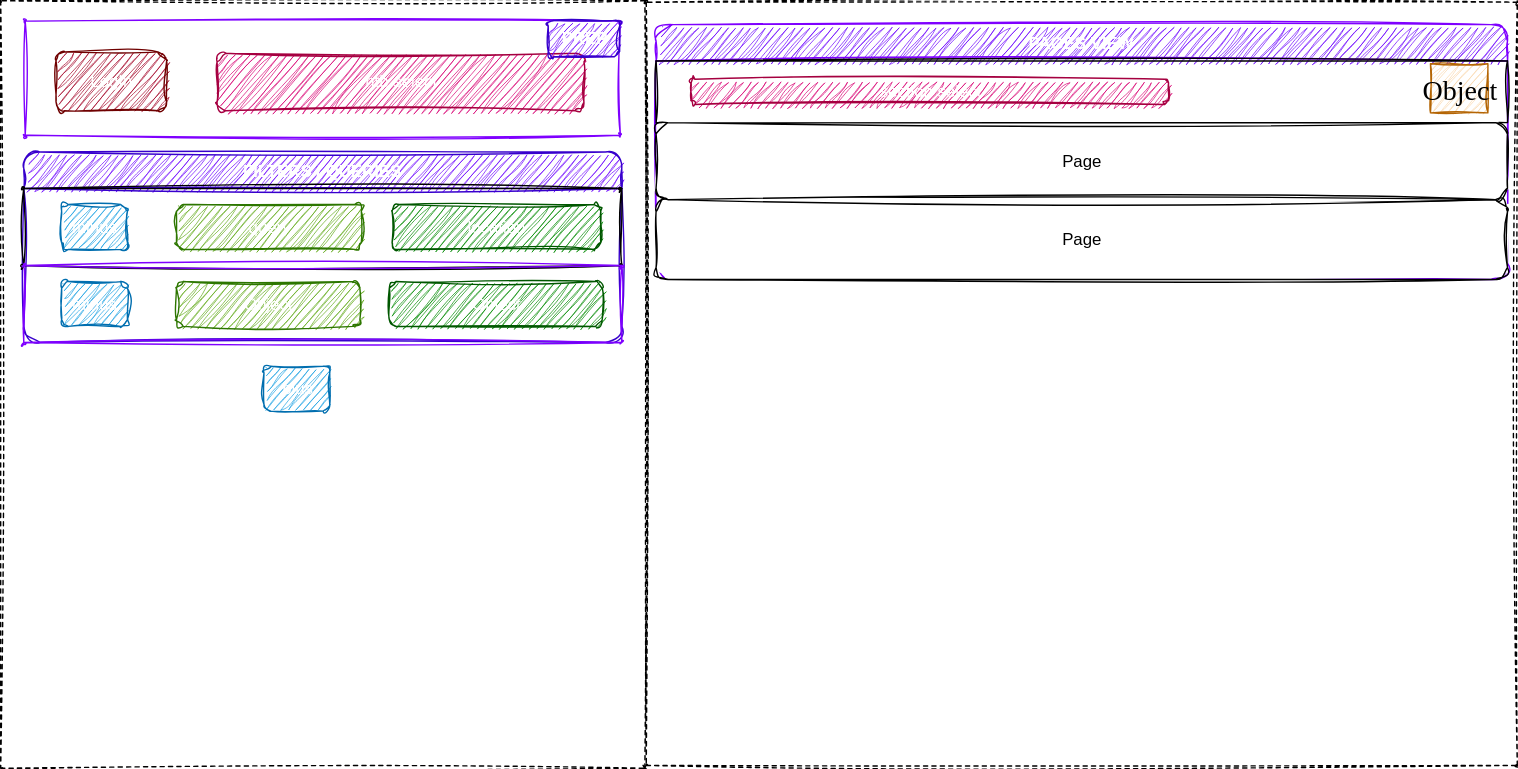
The draw.io diagram src/resources/wireframes.drawio.svg in simik394/1note-organizer, before a commit. Source tidied: cells renumbered, new cells last; positions are measured from the earlier drawing's top-left corner, leaving out a move shared by most shapes.
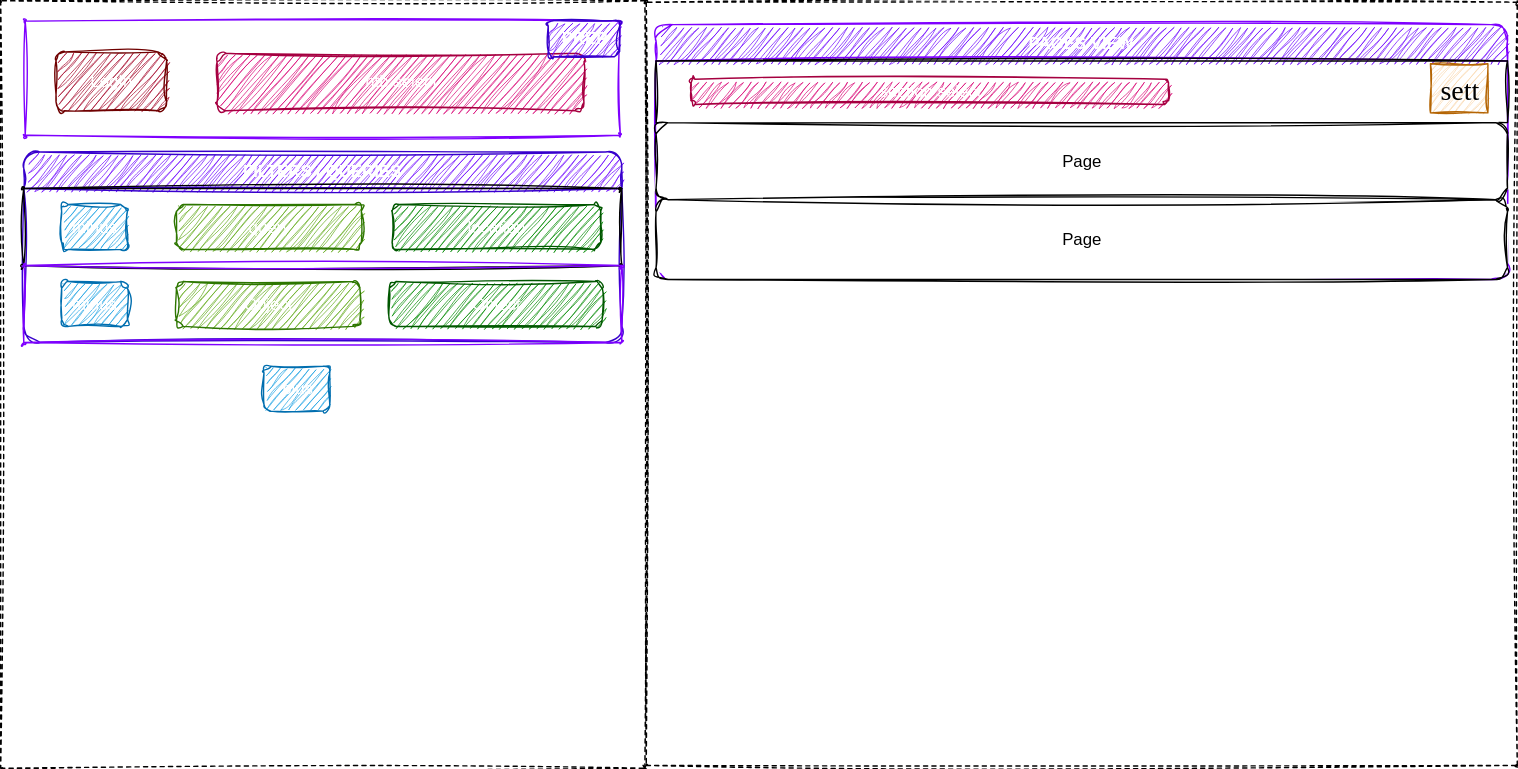
Above is the later version.

The edit, as a diff of the source:
```diff
@@ -14,7 +14,7 @@
     <mxCell id="5" value="section select" style="html=1;rounded=1;sketch=1;curveFitting=1;jiggle=2;fillColor=#d80073;fontColor=#ffffff;strokeColor=#A50040;" parent="4" vertex="1">
       <mxGeometry x="25" y="13" width="341" height="18" as="geometry" />
     </mxCell>
-    <mxCell id="6" value="Object" style="html=1;sketch=1;hachureGap=4;jiggle=2;curveFitting=1;fontFamily=Architects Daughter;fontSource=https%3A%2F%2Ffonts.googleapis.com%2Fcss%3Ffamily%3DArchitects%2BDaughter;fontSize=20;fillColor=#fad7ac;strokeColor=#b46504;" parent="4" vertex="1">
+    <mxCell id="6" value="sett" style="html=1;sketch=1;hachureGap=4;jiggle=2;curveFitting=1;fontFamily=Architects Daughter;fontSource=https%3A%2F%2Ffonts.googleapis.com%2Fcss%3Ffamily%3DArchitects%2BDaughter;fontSize=20;fillColor=#fad7ac;strokeColor=#b46504;" parent="4" vertex="1">
       <mxGeometry x="553" y="2" width="41" height="35" as="geometry" />
     </mxCell>
     <mxCell id="7" value="Page" style="html=1;rounded=1;sketch=1;curveFitting=1;jiggle=2;" parent="3" vertex="1">
```
